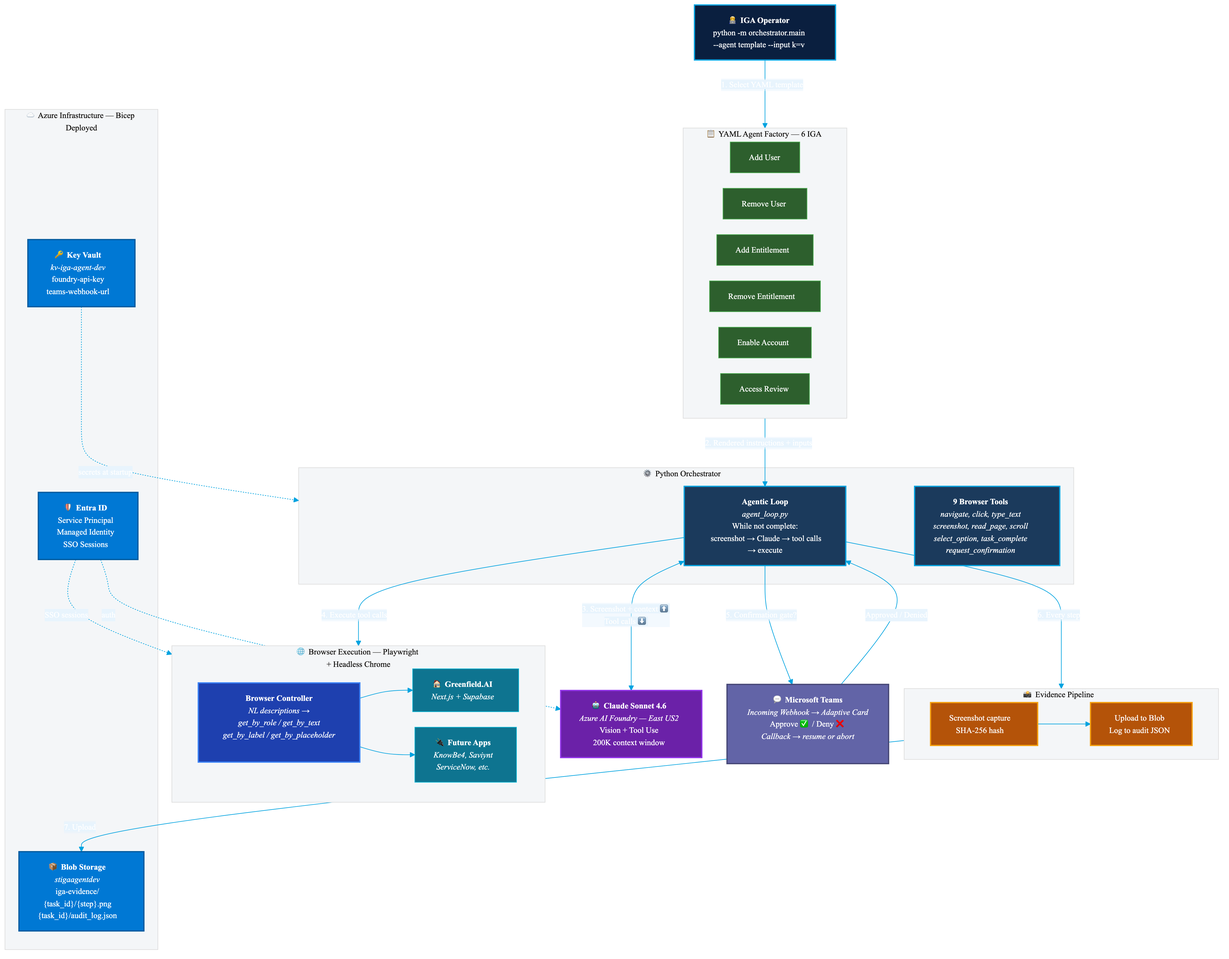
The Mermaid diagram docs/architecture.png in dcallahan/POC-IAC-AGENTAI, before a commit. Its source is kept beside it as docs/architecture.mmd.
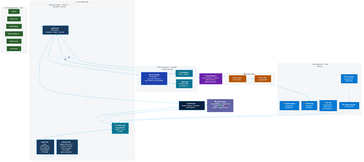
The same diagram one commit later.

Commit message:
feat: add deploy scripts, update README and architecture diagram

The edit, as a diff of the source:
```diff
@@ -1,9 +1,24 @@
 %%{init: {'theme': 'base', 'themeVariables': { 'primaryColor': '#0A1F3F', 'primaryTextColor': '#FFFFFF', 'primaryBorderColor': '#00A3E0', 'lineColor': '#00A3E0', 'secondaryColor': '#E8F4FD', 'tertiaryColor': '#F4F6F8', 'fontFamily': 'Segoe UI, sans-serif', 'fontSize': '13px' }, 'flowchart': { 'nodeSpacing': 25, 'rankSpacing': 60, 'curve': 'basis', 'padding': 15 }}}%%
 
 flowchart TB
-    CLI["🧑‍💻 <b>IGA Operator</b><br/>python -m orchestrator.main<br/>--agent template --input k=v"]
+    CLIENT["🖥️ <b>HTTP Client</b><br/>Postman / Webhook / Automation<br/>POST /api/tasks"]
 
-    CLI -->|"1. Select YAML template"| TEMPLATES
+    CLIENT -->|"1. HTTPS Request"| ACA
+
+    subgraph AZURE_COMPUTE["☁️ Azure Container Apps"]
+        direction TB
+        ACA["📡 <b>Container App</b><br/><i>aca-iga-agent-dev</i><br/>FastAPI + uvicorn<br/>Port 8000"]
+
+        ACA --> API
+
+        subgraph CONTAINER["🐳 Docker Container — Python 3.11 + Playwright + Chromium"]
+            direction LR
+            API["<b>FastAPI API</b><br/><i>api.py</i><br/>POST /api/tasks<br/>GET /api/tasks/{id}<br/>GET /api/agents<br/>GET /health"]
+
+            LOOP["<b>Agentic Loop</b><br/><i>agent_loop.py</i><br/>Screenshot → Claude → Tool calls"]
+            TOOLS["<b>9 Browser Tools</b><br/><i>navigate, click, type_text</i><br/><i>screenshot, read_page</i><br/><i>scroll, select_option</i><br/><i>task_complete</i><br/><i>request_confirmation</i>"]
+        end
+    end
 
     subgraph TEMPLATES["📋 YAML Agent Factory — 6 IGA Workflows"]
         direction LR
@@ -15,32 +30,24 @@
         T6["Access Review"]
     end
 
-    TEMPLATES -->|"2. Rendered instructions + inputs"| LOOP
-
-    subgraph CORE["⚙️ Python Orchestrator"]
-        direction LR
-        LOOP["<b>Agentic Loop</b><br/><i>agent_loop.py</i><br/>While not complete:<br/>  screenshot → Claude → tool calls → execute"]
-        TOOLS["<b>9 Browser Tools</b><br/><i>navigate, click, type_text</i><br/><i>screenshot, read_page, scroll</i><br/><i>select_option, task_complete</i><br/><i>request_confirmation</i>"]
-    end
-
-    LOOP <-->|"3. Screenshot + context ⬆️<br/>Tool calls ⬇️"| CLAUDE
+    LOOP <-->|"2. Screenshot + context ⬆️<br/>Tool calls ⬇️"| CLAUDE
 
     CLAUDE["🤖 <b>Claude Sonnet 4.6</b><br/><i>Azure AI Foundry — East US2</i><br/>Vision + Tool Use<br/>200K context window"]
 
-    LOOP -->|"4. Execute tool calls"| BROWSER
+    LOOP -->|"3. Execute tool calls"| BROWSER
 
-    subgraph BROWSER["🌐 Browser Execution — Playwright + Headless Chrome"]
+    subgraph BROWSER["🌐 Browser Execution — Playwright + Headless Chromium"]
         direction LR
         CTRL["<b>Browser Controller</b><br/><i>NL descriptions →</i><br/><i>get_by_role / get_by_text</i><br/><i>get_by_label / get_by_placeholder</i>"]
         CTRL --> GF["🏠 <b>Greenfield.AI</b><br/><i>Next.js + Supabase</i>"]
         CTRL --> FUTURE["🔌 <b>Future Apps</b><br/><i>KnowBe4, Saviynt</i><br/><i>ServiceNow, etc.</i>"]
     end
 
-    LOOP -->|"5. Confirmation gate?"| TEAMS
-    TEAMS["💬 <b>Microsoft Teams</b><br/><i>Incoming Webhook → Adaptive Card</i><br/>Approve ✅ / Deny ❌<br/><i>Callback → resume or abort</i>"]
-    TEAMS -->|"Approved / Denied"| LOOP
+    LOOP -->|"4. Confirmation gate?"| TEAMS
+    TEAMS["💬 <b>Microsoft Teams</b><br/><i>Incoming Webhook → Adaptive Card</i><br/>Approve ✅ / Deny ❌<br/><i>Callback → /approve or /deny</i>"]
+    TEAMS -->|"Approved / Denied"| ACA
 
-    LOOP -->|"6. Every step"| EVIDENCE
+    LOOP -->|"5. Every step"| EVIDENCE
 
     subgraph EVIDENCE["📸 Evidence Pipeline"]
         direction LR
@@ -48,20 +55,22 @@
         CAPTURE --> UPLOAD["Upload to Blob<br/>Log to audit JSON"]
     end
 
-    EVIDENCE -->|"7. Upload"| BLOB
-
     subgraph INFRA["☁️ Azure Infrastructure — Bicep Deployed"]
         direction LR
-        BLOB["📦 <b>Blob Storage</b><br/><i>stigaagentdev</i><br/>iga-evidence/<br/>  {task_id}/{step}.png<br/>  {task_id}/audit_log.json"]
+        ACR["📦 <b>Container Registry</b><br/><i>acrigaagentdev</i><br/>iga-agent:latest"]
+        BLOB["📦 <b>Blob Storage</b><br/><i>stigaagentdev</i><br/>iga-evidence/"]
         KV["🔑 <b>Key Vault</b><br/><i>kv-iga-agent-dev</i><br/>foundry-api-key<br/>teams-webhook-url"]
-        ENTRA["🛡️ <b>Entra ID</b><br/>Service Principal<br/>Managed Identity<br/>SSO Sessions"]
+        LOG["📊 <b>Log Analytics</b><br/><i>log-iga-agent-dev</i><br/>Container logs"]
+        CAE["🌐 <b>Container Apps Env</b><br/><i>cae-iga-agent-dev</i>"]
     end
 
-    KV -.->|"secrets at startup"| CORE
-    ENTRA -.->|"auth"| CLAUDE
-    ENTRA -.->|"SSO sessions"| BROWSER
+    EVIDENCE -->|"6. Upload"| BLOB
+    ACR -.->|"image pull"| ACA
+    KV -.->|"secrets"| ACA
+    LOG -.->|"logs"| CAE
+    CAE -.->|"hosts"| ACA
 
-    classDef operator fill:#0A1F3F,stroke:#00A3E0,color:#FFFFFF,stroke-width:2px
+    classDef client fill:#0A1F3F,stroke:#00A3E0,color:#FFFFFF,stroke-width:2px
     classDef template fill:#2D5F2D,stroke:#4CAF50,color:#FFFFFF,stroke-width:1px
     classDef engine fill:#1B3A5C,stroke:#00A3E0,color:#FFFFFF,stroke-width:2px
     classDef ai fill:#6B21A8,stroke:#9333EA,color:#FFFFFF,stroke-width:2px
@@ -69,14 +78,16 @@
     classDef teams fill:#6264A7,stroke:#464775,color:#FFFFFF,stroke-width:2px
     classDef evidence fill:#B45309,stroke:#F59E0B,color:#FFFFFF,stroke-width:2px
     classDef azure fill:#0078D4,stroke:#005A9E,color:#FFFFFF,stroke-width:2px
+    classDef container fill:#0E7490,stroke:#06B6D4,color:#FFFFFF,stroke-width:2px
     classDef target fill:#0E7490,stroke:#06B6D4,color:#FFFFFF,stroke-width:1px
 
-    class CLI operator
+    class CLIENT client
     class T1,T2,T3,T4,T5,T6 template
-    class LOOP,TOOLS engine
+    class LOOP,TOOLS,API engine
     class CLAUDE ai
     class CTRL browser
     class GF,FUTURE target
     class TEAMS teams
     class CAPTURE,UPLOAD evidence
-    class BLOB,KV,ENTRA azure
+    class ACR,BLOB,KV,LOG,CAE azure
+    class ACA container
```
